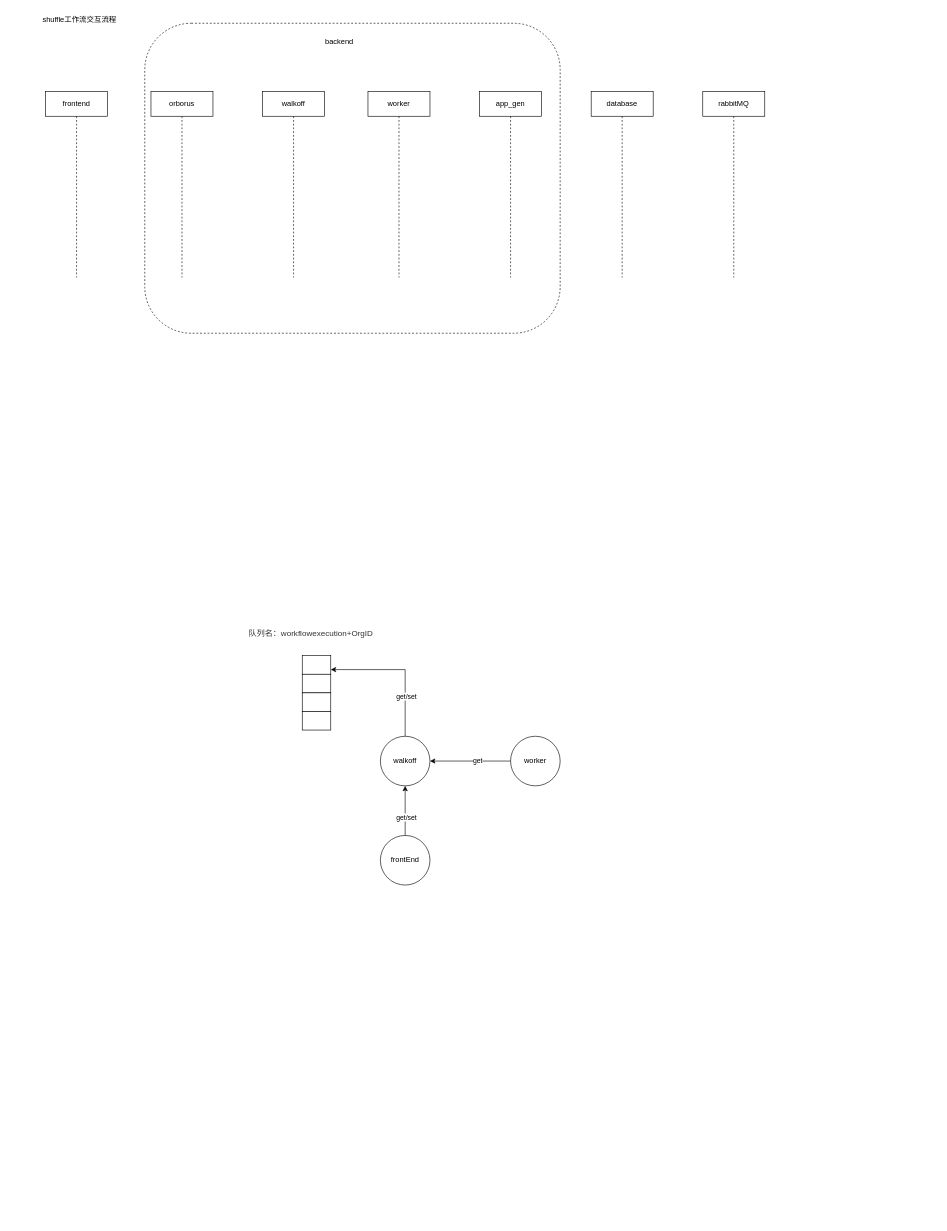
lzhz2012/drawio keeps this draw.io diagram as walkflow.drawio. Above is the earlier version. Source tidied: cells renumbered, new cells numbered last; positions are measured from the earlier drawing's top-left corner, leaving out a move shared by most shapes. Both pictures are drawn from the tidied source at 62%, with x=0, y=0 at pixel (27, 11).
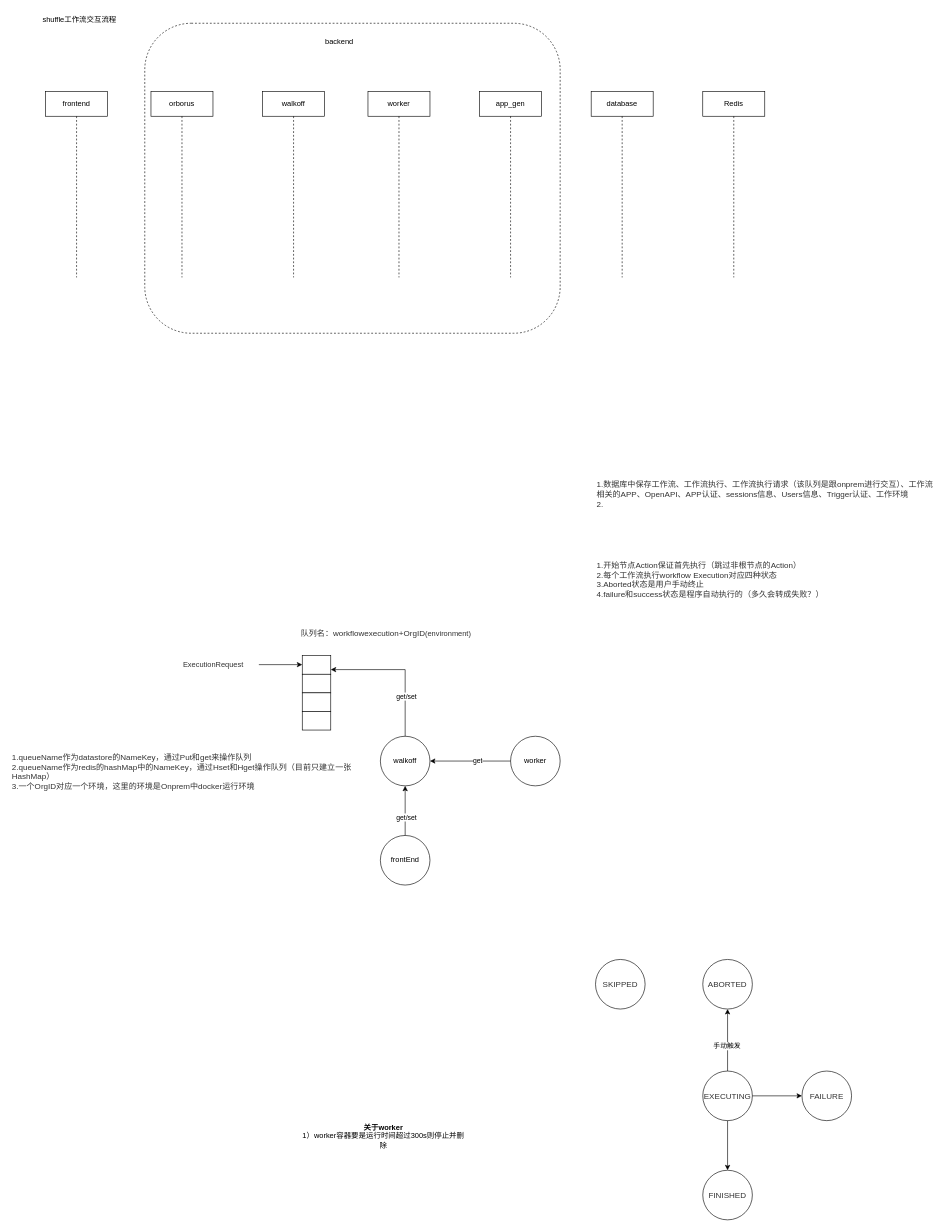
After the change.

Change to the diagram source:
```diff
@@
-    <mxCell id="10" value="rabbitMQ" style="shape=umlLifeline;perimeter=lifelinePerimeter;whiteSpace=wrap;html=1;" parent="1" vertex="1">
+    <mxCell id="10" value="Redis" style="shape=umlLifeline;perimeter=lifelinePerimeter;whiteSpace=wrap;html=1;" parent="1" vertex="1">
       <mxGeometry x="1090" y="130" width="100" height="300" as="geometry" />
     </mxCell>
@@
-    <mxCell id="16" value="&lt;span style=&quot;color: rgb(50 , 50 , 50) ; font-size: 13px ; font-style: normal ; font-weight: 400 ; letter-spacing: normal ; text-align: left ; text-indent: 0px ; text-transform: none ; word-spacing: 0px ; background-color: rgba(255 , 255 , 255 , 0.01) ; display: inline ; float: none&quot;&gt;队列名：workflowexecution+OrgID&lt;/span&gt;" style="text;whiteSpace=wrap;html=1;" parent="1" vertex="1">
-      <mxGeometry x="355.5" y="990" width="223" height="30" as="geometry" />
+    <mxCell id="16" value="&lt;span style=&quot;color: rgb(50 , 50 , 50) ; font-size: 13px ; font-style: normal ; font-weight: 400 ; letter-spacing: normal ; text-align: left ; text-indent: 0px ; text-transform: none ; word-spacing: 0px ; background-color: rgba(255 , 255 , 255 , 0.01) ; display: inline ; float: none&quot;&gt;队列名：workflowexecution+OrgID&lt;/span&gt;&lt;span style=&quot;color: rgb(50 , 50 , 50) ; background-color: rgba(255 , 255 , 255 , 0.01)&quot;&gt;(environment)&lt;/span&gt;" style="text;whiteSpace=wrap;html=1;" parent="1" vertex="1">
+      <mxGeometry x="440" y="990" width="314.5" height="30" as="geometry" />
     </mxCell>
@@
+    <mxCell id="26" value="&lt;span style=&quot;color: rgb(50, 50, 50); font-size: 13px; font-style: normal; font-weight: 400; letter-spacing: normal; text-align: left; text-indent: 0px; text-transform: none; word-spacing: 0px; background-color: rgba(255, 255, 255, 0.01); display: inline; float: none;&quot;&gt;1.数据库中保存工作流、工作流执行、工作流执行请求（该队列是跟onprem进行交互）、工作流相关的APP、OpenAPI、APP认证、sessions信息、Users信息、Trigger认证、工作环境&lt;/span&gt;&lt;div style=&quot;resize: none; outline: none; font-size: 13px; color: rgb(50, 50, 50); font-style: normal; font-weight: 400; letter-spacing: normal; text-align: left; text-indent: 0px; text-transform: none; word-spacing: 0px;&quot;&gt;&lt;div style=&quot;resize: none ; outline: none ; font-size: inherit&quot;&gt;2.&lt;/div&gt;&lt;/div&gt;" style="text;whiteSpace=wrap;html=1;" parent="1" vertex="1">
+      <mxGeometry x="917" y="750" width="550" height="70" as="geometry" />
+    </mxCell>
+    <mxCell id="27" value="&lt;span style=&quot;color: rgb(50, 50, 50); font-size: 13px; font-style: normal; font-weight: 400; letter-spacing: normal; text-align: left; text-indent: 0px; text-transform: none; word-spacing: 0px; background-color: rgba(255, 255, 255, 0.01); display: inline; float: none;&quot;&gt;1.开始节点Action保证首先执行（跳过非根节点的Action）&lt;/span&gt;&lt;div style=&quot;resize: none; outline: none; font-size: 13px; color: rgb(50, 50, 50); font-style: normal; font-weight: 400; letter-spacing: normal; text-align: left; text-indent: 0px; text-transform: none; word-spacing: 0px;&quot;&gt;2.每个工作流执行workflow Execution对应四种状态&lt;/div&gt;&lt;div style=&quot;resize: none; outline: none; font-size: 13px; color: rgb(50, 50, 50); font-style: normal; font-weight: 400; letter-spacing: normal; text-align: left; text-indent: 0px; text-transform: none; word-spacing: 0px;&quot;&gt;3.Aborted状态是用户手动终止&lt;/div&gt;&lt;div style=&quot;resize: none; outline: none; font-size: 13px; color: rgb(50, 50, 50); font-style: normal; font-weight: 400; letter-spacing: normal; text-align: left; text-indent: 0px; text-transform: none; word-spacing: 0px;&quot;&gt;4.failure和success状态是程序自动执行的（多久会转成失败？）&lt;/div&gt;" style="text;whiteSpace=wrap;html=1;" parent="1" vertex="1">
+      <mxGeometry x="917" y="880" width="390" height="70" as="geometry" />
+    </mxCell>
+    <mxCell id="28" value="&lt;span style=&quot;color: rgb(50, 50, 50); font-size: 12px; font-style: normal; font-weight: 400; letter-spacing: normal; text-align: center; text-indent: 0px; text-transform: none; word-spacing: 0px; background-color: rgba(255, 255, 255, 0.01); display: inline; float: none;&quot;&gt;ExecutionRequest&lt;/span&gt;" style="text;whiteSpace=wrap;html=1;" parent="1" vertex="1">
+      <mxGeometry x="250" y="1040" width="120" height="30" as="geometry" />
+    </mxCell>
+    <mxCell id="29" style="endArrow=classic;html=1;" parent="1" edge="1">
+      <mxGeometry relative="1" as="geometry">
+        <mxPoint x="374" y="1054.5" as="sourcePoint" />
+        <mxPoint x="444" y="1054.5" as="targetPoint" />
+      </mxGeometry>
+    </mxCell>
+    <mxCell id="30" value="&lt;span style=&quot;color: rgb(50 , 50 , 50) ; font-size: 13px ; background-color: rgba(255 , 255 , 255 , 0.01)&quot;&gt;ABORTED&lt;/span&gt;" style="ellipse;whiteSpace=wrap;html=1;fillColor=none;gradientColor=none;align=center;" parent="1" vertex="1">
+      <mxGeometry x="1090" y="1530" width="80" height="80" as="geometry" />
+    </mxCell>
+    <mxCell id="31" style="edgeStyle=orthogonalEdgeStyle;rounded=0;jettySize=auto;html=1;exitX=1;exitY=0.5;exitDx=0;exitDy=0;" parent="1" edge="1" source="35" target="36">
+      <mxGeometry relative="1" as="geometry" />
+    </mxCell>
+    <mxCell id="32" style="edgeStyle=orthogonalEdgeStyle;rounded=0;jettySize=auto;html=1;exitX=0.5;exitY=0;exitDx=0;exitDy=0;entryX=0.5;entryY=1;entryDx=0;entryDy=0;" parent="1" edge="1" source="35" target="30">
+      <mxGeometry relative="1" as="geometry" />
+    </mxCell>
+    <mxCell id="33" value="手动触发" style="edgeLabel;html=1;align=center;verticalAlign=middle;" parent="32" vertex="1">
+      <mxGeometry x="-0.18" y="2" relative="1" as="geometry" />
+    </mxCell>
+    <mxCell id="34" style="edgeStyle=orthogonalEdgeStyle;rounded=0;jettySize=auto;html=1;" parent="1" edge="1" source="35" target="37">
+      <mxGeometry relative="1" as="geometry" />
+    </mxCell>
+    <mxCell id="35" value="&lt;span style=&quot;color: rgb(50 , 50 , 50) ; font-size: 13px ; background-color: rgba(255 , 255 , 255 , 0.01)&quot;&gt;EXECUTING&lt;/span&gt;" style="ellipse;whiteSpace=wrap;html=1;fillColor=none;gradientColor=none;align=center;" parent="1" vertex="1">
+      <mxGeometry x="1090" y="1710" width="80" height="80" as="geometry" />
+    </mxCell>
+    <mxCell id="36" value="&lt;span style=&quot;color: rgb(50 , 50 , 50) ; font-size: 13px ; background-color: rgba(255 , 255 , 255 , 0.01)&quot;&gt;FAILURE&lt;/span&gt;" style="ellipse;whiteSpace=wrap;html=1;fillColor=none;gradientColor=none;align=center;" parent="1" vertex="1">
+      <mxGeometry x="1250" y="1710" width="80" height="80" as="geometry" />
+    </mxCell>
+    <mxCell id="37" value="&lt;span style=&quot;color: rgb(50 , 50 , 50) ; font-size: 13px ; background-color: rgba(255 , 255 , 255 , 0.01)&quot;&gt;FINISHED&lt;/span&gt;" style="ellipse;whiteSpace=wrap;html=1;fillColor=none;gradientColor=none;align=center;" parent="1" vertex="1">
+      <mxGeometry x="1090" y="1870" width="80" height="80" as="geometry" />
+    </mxCell>
+    <mxCell id="38" value="&lt;span style=&quot;color: rgb(50 , 50 , 50) ; font-size: 13px ; background-color: rgba(255 , 255 , 255 , 0.01)&quot;&gt;SKIPPED&lt;/span&gt;" style="ellipse;whiteSpace=wrap;html=1;fillColor=none;gradientColor=none;align=center;" parent="1" vertex="1">
+      <mxGeometry x="917" y="1530" width="80" height="80" as="geometry" />
+    </mxCell>
+    <mxCell id="39" value="&lt;span style=&quot;color: rgb(50, 50, 50); font-size: 13px; font-style: normal; font-weight: 400; letter-spacing: normal; text-align: left; text-indent: 0px; text-transform: none; word-spacing: 0px; background-color: rgba(255, 255, 255, 0.01); display: inline; float: none;&quot;&gt;1.queueName作为datastore的NameKey，通过Put和get来操作队列&lt;/span&gt;&lt;div style=&quot;resize: none; outline: none; font-size: 13px; color: rgb(50, 50, 50); font-style: normal; font-weight: 400; letter-spacing: normal; text-align: left; text-indent: 0px; text-transform: none; word-spacing: 0px;&quot;&gt;2.queueName作为redis的hashMap中的NameKey，通过Hset和Hget操作队列（目前只建立一张HashMap）&lt;/div&gt;&lt;div style=&quot;resize: none; outline: none; font-size: 13px; color: rgb(50, 50, 50); font-style: normal; font-weight: 400; letter-spacing: normal; text-align: left; text-indent: 0px; text-transform: none; word-spacing: 0px;&quot;&gt;3.一个OrgID对应一个环境，这里的环境是Onprem中docker运行环境&lt;/div&gt;" style="text;whiteSpace=wrap;html=1;" parent="1" vertex="1">
+      <mxGeometry x="-26" y="1190" width="550" height="70" as="geometry" />
+    </mxCell>
+    <mxCell id="40" value="&lt;b&gt;关于worker&lt;/b&gt;&lt;br&gt;1）worker容器要是运行时间超过300s则停止并删除" style="text;html=1;strokeColor=none;fillColor=none;align=center;verticalAlign=middle;whiteSpace=wrap;rounded=0;" parent="1" vertex="1">
+      <mxGeometry x="440" y="1770" width="270" height="90" as="geometry" />
+    </mxCell>
```
